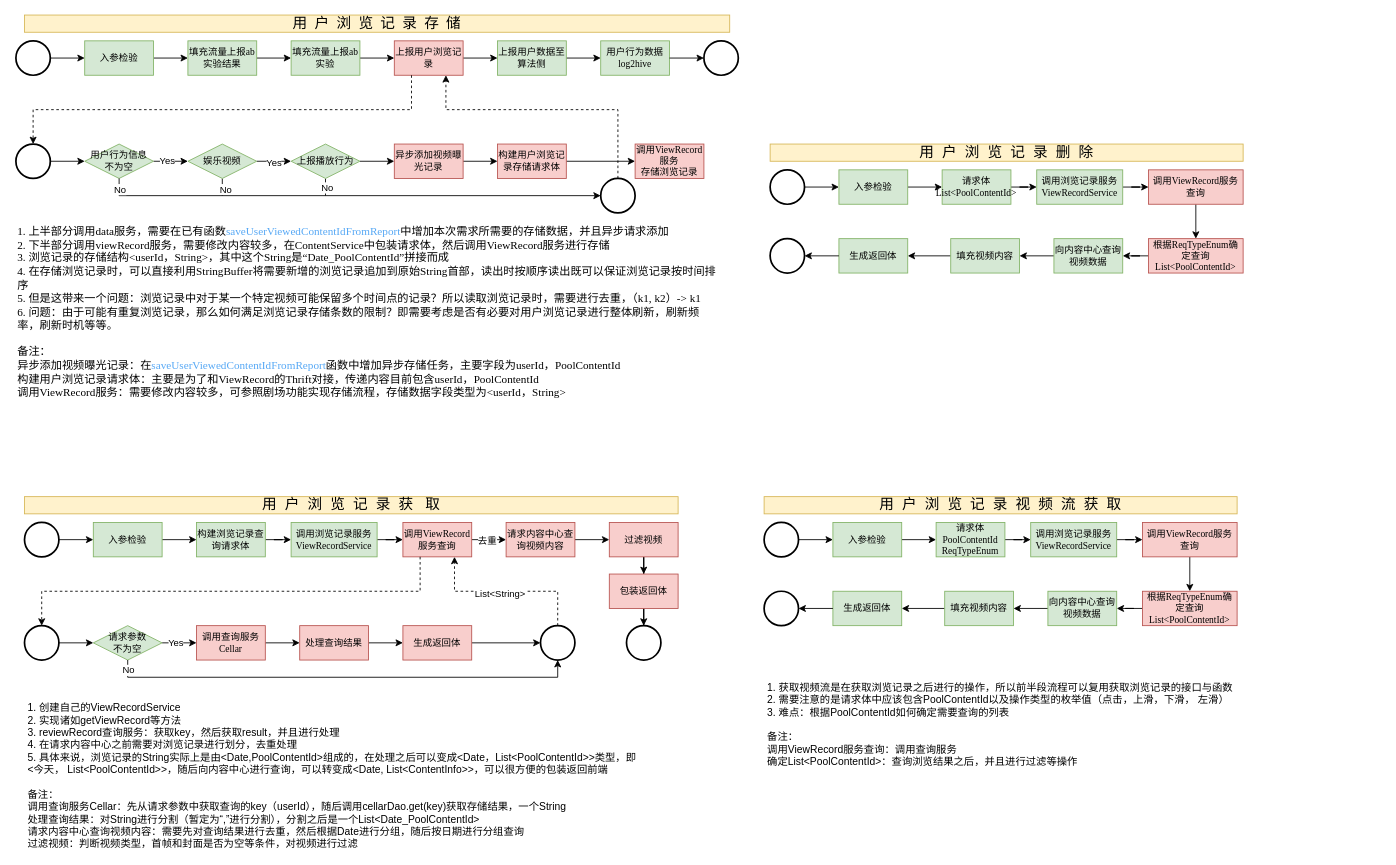
Before: pipeline.drawio in wuulaa/my-first-game, a draw.io diagram. Source tidied: cells renumbered, new cells numbered last; positions are measured from the earlier drawing's top-left corner, leaving out a move shared by most shapes. Both pictures are drawn from the tidied source at 86%, with x=0, y=0 at pixel (15, 15).
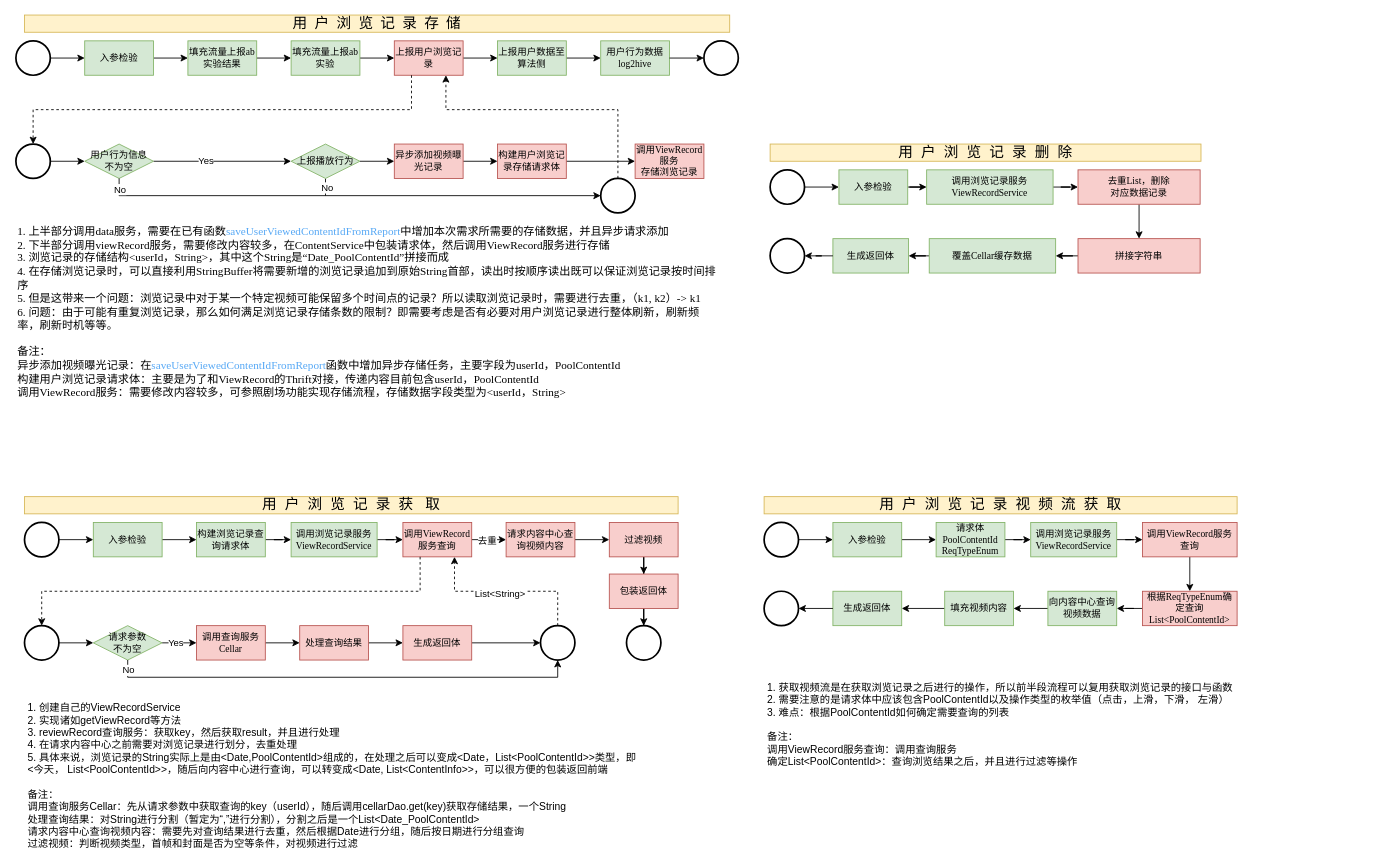
The same diagram, later.

Unchanged cells that the change refers to:
```xml
<mxCell id="20" value="用户行为信息&lt;div&gt;不为空&lt;/div&gt;" style="rhombus;whiteSpace=wrap;html=1;fontFamily=Times New Roman;fontSize=11;fillColor=#d5e8d4;strokeColor=#82b366;" parent="1" vertex="1">
  <mxGeometry x="80" y="150" width="80" height="40" as="geometry" />
</mxCell>
<mxCell id="29" value="上报播放行为" style="rhombus;whiteSpace=wrap;html=1;fontFamily=Times New Roman;fontSize=11;fillColor=#d5e8d4;strokeColor=#82b366;" parent="1" vertex="1">
  <mxGeometry x="320" y="150" width="80" height="40" as="geometry" />
</mxCell>
<mxCell id="104" value="入参检验" style="rounded=0;whiteSpace=wrap;html=1;fontFamily=Times New Roman;fontSize=11;fillColor=#d5e8d4;strokeColor=#82b366;" parent="1" vertex="1">
  <mxGeometry x="957" y="180" width="80" height="40" as="geometry" />
</mxCell>
```

Diff of the diagram source:
```diff
@@
-    <mxCell id="18" style="edgeStyle=orthogonalEdgeStyle;rounded=0;jettySize=auto;html=1;entryX=0;entryY=0.5;entryDx=0;entryDy=0;" parent="1" edge="1" source="20" target="25">
+    <mxCell id="18" style="edgeStyle=orthogonalEdgeStyle;rounded=0;jettySize=auto;html=1;entryX=0;entryY=0.5;entryDx=0;entryDy=0;" parent="1" edge="1" source="20" target="29">
       <mxGeometry relative="1" as="geometry" />
     </mxCell>
@@
-    <mxCell id="21" style="edgeStyle=orthogonalEdgeStyle;rounded=0;jettySize=auto;html=1;entryX=0;entryY=0.5;entryDx=0;entryDy=0;" parent="1" edge="1" source="25" target="29">
-      <mxGeometry relative="1" as="geometry" />
-    </mxCell>
-    <mxCell id="22" value="Yes" style="edgeLabel;html=1;align=center;verticalAlign=middle;" parent="21" vertex="1">
-      <mxGeometry x="-0.06" y="-1" relative="1" as="geometry" />
-    </mxCell>
-    <mxCell id="23" style="edgeStyle=orthogonalEdgeStyle;rounded=0;jettySize=auto;html=1;endArrow=none;endFill=0;" parent="1" edge="1" source="25">
-      <mxGeometry relative="1" as="geometry">
-        <mxPoint x="240" y="210" as="targetPoint" />
-      </mxGeometry>
-    </mxCell>
-    <mxCell id="24" value="No" style="edgeLabel;html=1;align=center;verticalAlign=middle;" parent="23" vertex="1">
-      <mxGeometry x="0.17" y="3" relative="1" as="geometry" />
-    </mxCell>
-    <mxCell id="25" value="娱乐视频" style="rhombus;whiteSpace=wrap;html=1;fontFamily=Times New Roman;fontSize=11;fillColor=#d5e8d4;strokeColor=#82b366;" parent="1" vertex="1">
-      <mxGeometry x="200" y="150" width="80" height="40" as="geometry" />
-    </mxCell>
@@
-    <mxCell id="103" style="edgeStyle=orthogonalEdgeStyle;rounded=0;jettySize=auto;html=1;entryX=0;entryY=0.5;entryDx=0;entryDy=0;" parent="1" edge="1" source="104" target="106">
-      <mxGeometry relative="1" as="geometry" />
-    </mxCell>
+    <mxCell id="121" style="edgeStyle=orthogonalEdgeStyle;rounded=0;jettySize=auto;html=1;entryX=0;entryY=0.5;entryDx=0;entryDy=0;" parent="1" edge="1" source="104" target="108">
+      <mxGeometry relative="1" as="geometry" />
+    </mxCell>
@@
-    <mxCell id="105" style="edgeStyle=orthogonalEdgeStyle;rounded=0;jettySize=auto;html=1;" parent="1" edge="1" source="106" target="108">
-      <mxGeometry relative="1" as="geometry" />
-    </mxCell>
-    <mxCell id="106" value="请求体&lt;div&gt;List&amp;lt;PoolContentId&amp;gt;&lt;/div&gt;" style="rounded=0;whiteSpace=wrap;html=1;fontFamily=Times New Roman;fontSize=11;fillColor=#d5e8d4;strokeColor=#82b366;" parent="1" vertex="1">
-      <mxGeometry x="1077" y="180" width="80" height="40" as="geometry" />
-    </mxCell>
-    <mxCell id="107" style="edgeStyle=orthogonalEdgeStyle;rounded=0;jettySize=auto;html=1;" parent="1" edge="1" source="108" target="110">
+    <mxCell id="107" style="edgeStyle=orthogonalEdgeStyle;rounded=0;jettySize=auto;html=1;entryX=0;entryY=0.5;entryDx=0;entryDy=0;" parent="1" edge="1" source="108" target="110">
       <mxGeometry relative="1" as="geometry" />
     </mxCell>
     <mxCell id="108" value="调用浏览记录服务ViewRecordService" style="rounded=0;whiteSpace=wrap;html=1;fontFamily=Times New Roman;fontSize=11;fillColor=#d5e8d4;strokeColor=#82b366;" parent="1" vertex="1">
-      <mxGeometry x="1187" y="180" width="100" height="40" as="geometry" />
+      <mxGeometry x="1059" y="180" width="147" height="40" as="geometry" />
     </mxCell>
@@
-    <mxCell id="110" value="调用ViewRecord服务查询" style="rounded=0;whiteSpace=wrap;html=1;fillColor=#f8cecc;strokeColor=#b85450;fontFamily=Times New Roman;fontSize=11;" parent="1" vertex="1">
-      <mxGeometry x="1317" y="180" width="110" height="40" as="geometry" />
+    <mxCell id="110" value="去重List，删除&lt;div&gt;对应数据记录&lt;/div&gt;" style="rounded=0;whiteSpace=wrap;html=1;fillColor=#f8cecc;strokeColor=#b85450;fontFamily=Times New Roman;fontSize=11;" parent="1" vertex="1">
+      <mxGeometry x="1235" y="180" width="142" height="40" as="geometry" />
     </mxCell>
@@
-    <mxCell id="112" value="根据ReqTypeEnum确定查询List&amp;lt;PoolContentId&amp;gt;" style="rounded=0;whiteSpace=wrap;html=1;fontFamily=Times New Roman;fontSize=11;fillColor=#f8cecc;strokeColor=#b85450;" parent="1" vertex="1">
-      <mxGeometry x="1317" y="260" width="110" height="40" as="geometry" />
+    <mxCell id="112" value="拼接字符串" style="rounded=0;whiteSpace=wrap;html=1;fontFamily=Times New Roman;fontSize=11;fillColor=#f8cecc;strokeColor=#b85450;" parent="1" vertex="1">
+      <mxGeometry x="1235" y="260" width="142" height="40" as="geometry" />
     </mxCell>
-    <mxCell id="113" style="edgeStyle=orthogonalEdgeStyle;rounded=0;jettySize=auto;html=1;entryX=1;entryY=0.5;entryDx=0;entryDy=0;" parent="1" edge="1" source="114" target="117">
-      <mxGeometry relative="1" as="geometry" />
-    </mxCell>
+    <mxCell id="122" style="edgeStyle=orthogonalEdgeStyle;rounded=0;jettySize=auto;html=1;" parent="1" edge="1" source="114" target="119">
+      <mxGeometry relative="1" as="geometry" />
+    </mxCell>
-    <mxCell id="114" value="向内容中心查询视频数据" style="rounded=0;whiteSpace=wrap;html=1;fontFamily=Times New Roman;fontSize=11;fillColor=#d5e8d4;strokeColor=#82b366;" parent="1" vertex="1">
-      <mxGeometry x="1207" y="260" width="80" height="40" as="geometry" />
+    <mxCell id="114" value="覆盖Cellar缓存数据" style="rounded=0;whiteSpace=wrap;html=1;fontFamily=Times New Roman;fontSize=11;fillColor=#d5e8d4;strokeColor=#82b366;" parent="1" vertex="1">
+      <mxGeometry x="1062" y="260" width="147" height="40" as="geometry" />
     </mxCell>
     <mxCell id="115" value="用&amp;nbsp; 户&amp;nbsp; 浏&amp;nbsp; 览&amp;nbsp; 记&amp;nbsp; 录&amp;nbsp; 删&amp;nbsp; 除" style="text;html=1;align=center;verticalAlign=middle;whiteSpace=wrap;rounded=0;fillColor=#fff2cc;strokeColor=#d6b656;fontSize=17;" parent="1" vertex="1">
-      <mxGeometry x="877" y="150" width="550" height="20" as="geometry" />
+      <mxGeometry x="877" y="150" width="501" height="20" as="geometry" />
     </mxCell>
-    <mxCell id="116" style="edgeStyle=orthogonalEdgeStyle;rounded=0;jettySize=auto;html=1;" parent="1" edge="1" source="117" target="119">
-      <mxGeometry relative="1" as="geometry" />
-    </mxCell>
-    <mxCell id="117" value="填充视频内容" style="rounded=0;whiteSpace=wrap;html=1;fontFamily=Times New Roman;fontSize=11;fillColor=#d5e8d4;strokeColor=#82b366;" parent="1" vertex="1">
-      <mxGeometry x="1087" y="260" width="80" height="40" as="geometry" />
-    </mxCell>
@@
     <mxCell id="119" value="生成返回体" style="rounded=0;whiteSpace=wrap;html=1;fontFamily=Times New Roman;fontSize=11;fillColor=#d5e8d4;strokeColor=#82b366;" parent="1" vertex="1">
-      <mxGeometry x="957" y="260" width="80" height="40" as="geometry" />
+      <mxGeometry x="950" y="260" width="88" height="40" as="geometry" />
     </mxCell>
```
